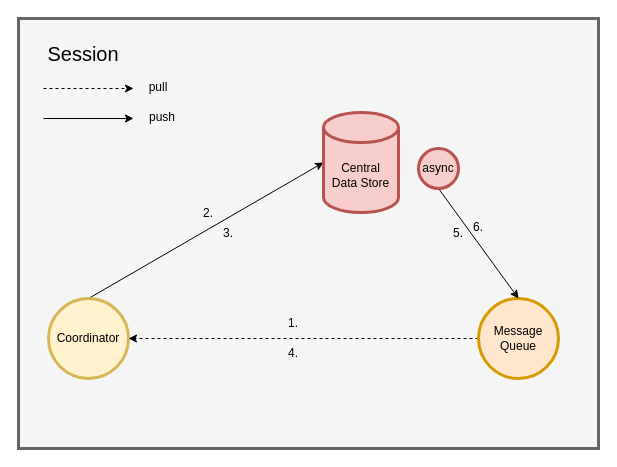
The draw.io diagram page "begin" (7 of 11) of img/diagram.drawio in ccchrunik/hierasaga, before the edit. Source tidied: cells renumbered, new cells numbered last; positions are measured from the earlier drawing's top-left corner, leaving out a move shared by most shapes. Both pictures are drawn from the tidied source at 100%, with x=0, y=0 at pixel (18, 18).
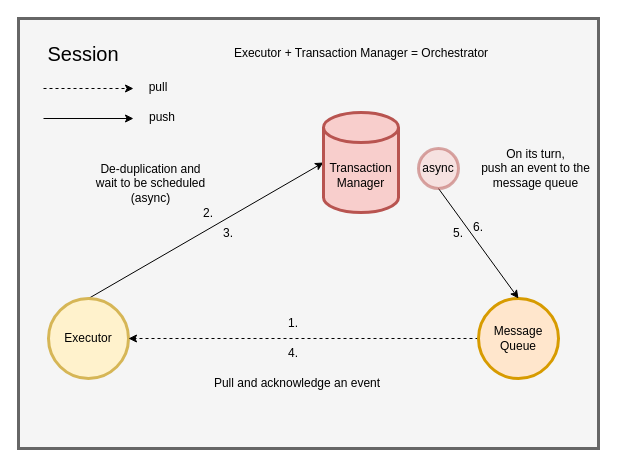
Above is the later version.

Diff of the diagram source:
```diff
@@
-    <mxCell id="4" value="Coordinator" style="ellipse;whiteSpace=wrap;html=1;strokeWidth=3;fillColor=#fff2cc;strokeColor=#d6b656;" parent="1" vertex="1">
+    <mxCell id="4" value="Executor" style="ellipse;whiteSpace=wrap;html=1;strokeWidth=3;fillColor=#fff2cc;strokeColor=#d6b656;" parent="1" vertex="1">
       <mxGeometry x="30" y="280" width="80" height="80" as="geometry" />
     </mxCell>
@@
-    <mxCell id="15" value="Central&lt;br&gt;Data Store" style="shape=cylinder3;whiteSpace=wrap;html=1;boundedLbl=1;backgroundOutline=1;size=15;strokeWidth=3;fillColor=#f8cecc;strokeColor=#b85450;" parent="1" vertex="1">
+    <mxCell id="15" value="Transaction&lt;br&gt;Manager" style="shape=cylinder3;whiteSpace=wrap;html=1;boundedLbl=1;backgroundOutline=1;size=15;strokeWidth=3;fillColor=#f8cecc;strokeColor=#b85450;" parent="1" vertex="1">
       <mxGeometry x="305" y="94" width="75" height="100" as="geometry" />
     </mxCell>
@@
-    <mxCell id="21" value="async" style="ellipse;whiteSpace=wrap;html=1;strokeWidth=3;fillColor=#f8cecc;strokeColor=#b85450;" parent="1" vertex="1">
+    <mxCell id="21" value="async" style="ellipse;whiteSpace=wrap;html=1;strokeWidth=3;fillColor=#f8cecc;strokeColor=#b85450;opacity=50;" parent="1" vertex="1">
       <mxGeometry x="400" y="130" width="40" height="40" as="geometry" />
     </mxCell>
+    <mxCell id="22" value="Pull and acknowledge an event" style="text;html=1;strokeColor=none;fillColor=none;align=center;verticalAlign=middle;whiteSpace=wrap;rounded=0;opacity=70;" parent="1" vertex="1">
+      <mxGeometry x="180" y="350" width="197.5" height="30" as="geometry" />
+    </mxCell>
+    <mxCell id="23" value="On its turn, &lt;br&gt;push an event to the message queue" style="text;html=1;strokeColor=none;fillColor=none;align=center;verticalAlign=middle;whiteSpace=wrap;rounded=0;opacity=70;" parent="1" vertex="1">
+      <mxGeometry x="455" y="120" width="125" height="60" as="geometry" />
+    </mxCell>
+    <mxCell id="24" value="De-duplication and&lt;br&gt;wait to be scheduled &lt;br&gt;(async)" style="text;html=1;strokeColor=none;fillColor=none;align=center;verticalAlign=middle;whiteSpace=wrap;rounded=0;opacity=70;" parent="1" vertex="1">
+      <mxGeometry x="70" y="150" width="125" height="30" as="geometry" />
+    </mxCell>
+    <mxCell id="25" value="Executor + Transaction Manager = Orchestrator" style="text;html=1;strokeColor=none;fillColor=none;align=center;verticalAlign=middle;whiteSpace=wrap;rounded=0;opacity=70;" parent="1" vertex="1">
+      <mxGeometry x="207.5" y="20" width="270" height="30" as="geometry" />
+    </mxCell>
```
